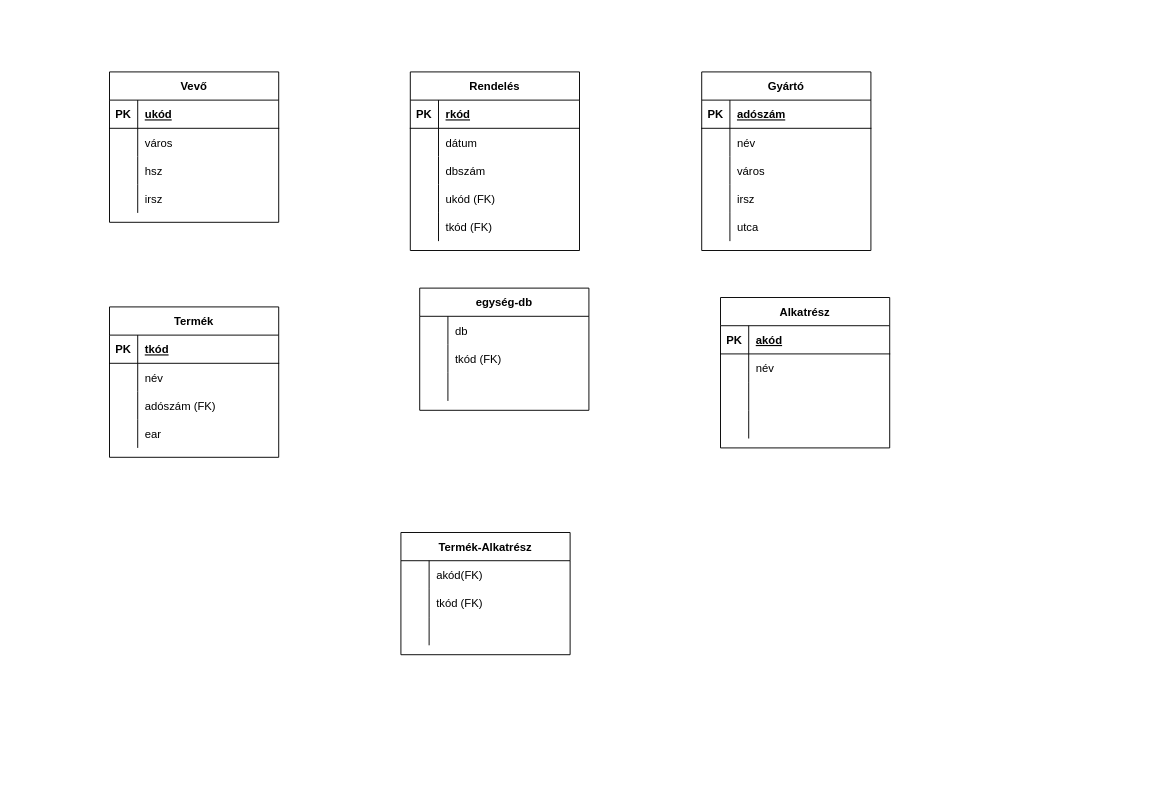
This is HEPMIU_1004/hepmiu_4.4.drawio from urbanoliver/HEPMIU_DB1Gyak, a draw.io file, before an edit. Source tidied: cells renumbered, new cells numbered last; positions are measured from the earlier drawing's top-left corner, leaving out a move shared by most shapes. Both pictures are drawn from the tidied source at 94%, with x=0, y=0 at pixel (109, 71).
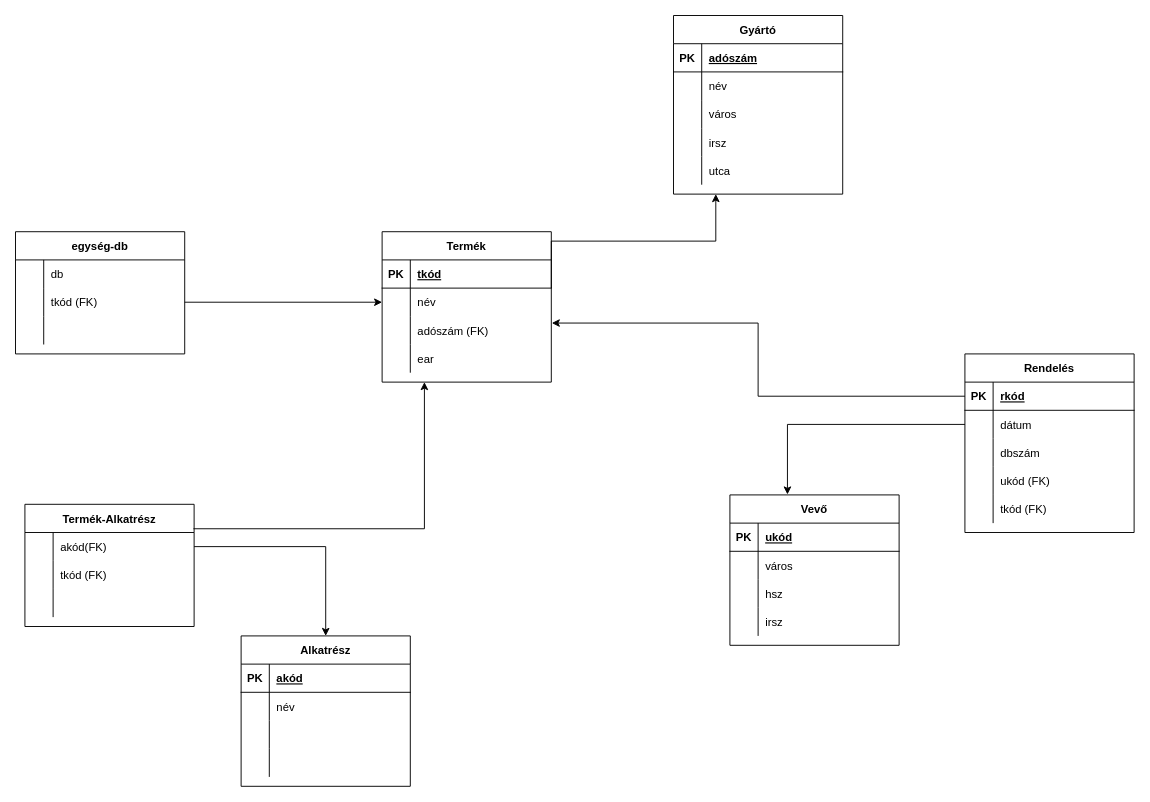
After the change.

Unchanged cells that the change refers to:
```xml
<mxCell id="6" style="shape=tableRow;horizontal=0;startSize=0;swimlaneHead=0;swimlaneBody=0;fillColor=none;points=[[0,0.5],[1,0.5]];portConstraint=eastwest;top=0;left=0;right=0;bottom=0;" parent="2" vertex="1">
  <mxGeometry y="60" width="180" height="30" as="geometry" />
</mxCell>
<mxCell id="13" style="shape=tableRow;horizontal=0;startSize=0;swimlaneHead=0;swimlaneBody=0;fillColor=none;points=[[0,0.5],[1,0.5]];portConstraint=eastwest;top=0;left=0;right=0;bottom=0;" parent="12" vertex="1">
  <mxGeometry y="30" width="180" height="30" as="geometry" />
</mxCell>
<mxCell id="39" style="shape=tableRow;horizontal=0;startSize=0;swimlaneHead=0;swimlaneBody=0;fillColor=none;points=[[0,0.5],[1,0.5]];portConstraint=eastwest;top=0;left=0;right=0;bottom=0;" parent="35" vertex="1">
  <mxGeometry y="60" width="180" height="30" as="geometry" />
</mxCell>
<mxCell id="42" style="shape=tableRow;horizontal=0;startSize=0;swimlaneHead=0;swimlaneBody=0;fillColor=none;points=[[0,0.5],[1,0.5]];portConstraint=eastwest;top=0;left=0;right=0;bottom=0;" parent="35" vertex="1">
  <mxGeometry y="90" width="180" height="30" as="geometry" />
</mxCell>
<mxCell id="65" style="shape=tableRow;horizontal=0;startSize=0;swimlaneHead=0;swimlaneBody=0;fillColor=none;points=[[0,0.5],[1,0.5]];portConstraint=eastwest;top=0;left=0;right=0;bottom=1;" parent="64" vertex="1">
  <mxGeometry y="30" width="180" height="30" as="geometry" />
</mxCell>
<mxCell id="68" style="shape=tableRow;horizontal=0;startSize=0;swimlaneHead=0;swimlaneBody=0;fillColor=none;points=[[0,0.5],[1,0.5]];portConstraint=eastwest;top=0;left=0;right=0;bottom=0;" parent="64" vertex="1">
  <mxGeometry y="60" width="180" height="30" as="geometry" />
</mxCell>
```

The edit, as a diff of the source:
```diff
@@
     <mxCell id="2" value="egység-db" style="shape=table;startSize=30;childLayout=tableLayout;rowLines=0;fontStyle=1;align=center;" parent="1" vertex="1">
-      <mxGeometry x="330" y="230" width="180" height="130" as="geometry" />
+      <mxGeometry x="-100" y="170" width="180" height="130" as="geometry" />
     </mxCell>
@@
     <mxCell id="12" value="Termék-Alkatrész" style="shape=table;startSize=30;childLayout=tableLayout;rowLines=0;fontStyle=1;align=center;" parent="1" vertex="1">
-      <mxGeometry x="310" y="490" width="180" height="130" as="geometry" />
+      <mxGeometry x="-90" y="460" width="180" height="130" as="geometry" />
     </mxCell>
@@
     <mxCell id="22" value="Alkatrész" style="shape=table;startSize=30;childLayout=tableLayout;rowLines=0;fontStyle=1;align=center;" parent="1" vertex="1">
-      <mxGeometry x="650" y="240" width="180" height="160" as="geometry" />
+      <mxGeometry x="140" y="600" width="180" height="160" as="geometry" />
     </mxCell>
@@
     <mxCell id="35" value="Termék" style="shape=table;startSize=30;childLayout=tableLayout;rowLines=0;fontStyle=1;align=center;" parent="1" vertex="1">
-      <mxGeometry y="250" width="180" height="160" as="geometry" />
+      <mxGeometry x="290" y="170" width="180" height="160" as="geometry" />
     </mxCell>
@@
     <mxCell id="48" value="Gyártó" style="shape=table;startSize=30;childLayout=tableLayout;rowLines=0;fontStyle=1;align=center;" parent="1" vertex="1">
-      <mxGeometry x="630" width="180" height="190" as="geometry" />
+      <mxGeometry x="600" y="-60" width="180" height="190" as="geometry" />
     </mxCell>
@@
     <mxCell id="64" value="Rendelés" style="shape=table;startSize=30;childLayout=tableLayout;rowLines=0;fontStyle=1;align=center;" parent="1" vertex="1">
-      <mxGeometry x="320" width="180" height="190" as="geometry" />
+      <mxGeometry x="910" y="300" width="180" height="190" as="geometry" />
     </mxCell>
@@
     <mxCell id="80" value="Vevő" style="shape=table;startSize=30;childLayout=tableLayout;rowLines=0;fontStyle=1;align=center;" parent="1" vertex="1">
-      <mxGeometry width="180" height="160" as="geometry" />
+      <mxGeometry x="660" y="450" width="180" height="160" as="geometry" />
     </mxCell>
@@
+    <mxCell id="93" style="endArrow=classic;html=1;rounded=0;exitX=1;exitY=0;exitDx=0;exitDy=0;exitPerimeter=0;entryX=0.25;entryY=1;entryDx=0;entryDy=0;edgeStyle=orthogonalEdgeStyle;" parent="1" edge="1" source="39" target="48">
+      <mxGeometry relative="1" as="geometry" />
+    </mxCell>
+    <mxCell id="94" style="endArrow=classic;html=1;rounded=0;exitX=0.996;exitY=0.2;exitDx=0;exitDy=0;exitPerimeter=0;entryX=0.25;entryY=1;entryDx=0;entryDy=0;edgeStyle=orthogonalEdgeStyle;" parent="1" edge="1" source="12" target="35">
+      <mxGeometry relative="1" as="geometry" />
+    </mxCell>
+    <mxCell id="95" style="endArrow=classic;html=1;rounded=0;exitX=1;exitY=0.5;exitDx=0;exitDy=0;entryX=0.5;entryY=0;entryDx=0;entryDy=0;edgeStyle=orthogonalEdgeStyle;" parent="1" edge="1" source="13" target="22">
+      <mxGeometry relative="1" as="geometry" />
+    </mxCell>
+    <mxCell id="96" style="endArrow=classic;html=1;rounded=0;exitX=1;exitY=0.5;exitDx=0;exitDy=0;entryX=0;entryY=0.5;entryDx=0;entryDy=0;" parent="1" edge="1" source="6" target="39">
+      <mxGeometry relative="1" as="geometry" />
+    </mxCell>
+    <mxCell id="97" style="endArrow=classic;html=1;rounded=0;exitX=0;exitY=0.5;exitDx=0;exitDy=0;entryX=0.34;entryY=-0.003;entryDx=0;entryDy=0;entryPerimeter=0;edgeStyle=orthogonalEdgeStyle;" parent="1" edge="1" source="68" target="80">
+      <mxGeometry relative="1" as="geometry" />
+    </mxCell>
+    <mxCell id="98" style="endArrow=classic;html=1;rounded=0;exitX=0;exitY=0.5;exitDx=0;exitDy=0;entryX=1.003;entryY=0.239;entryDx=0;entryDy=0;entryPerimeter=0;edgeStyle=orthogonalEdgeStyle;" parent="1" edge="1" source="65" target="42">
+      <mxGeometry relative="1" as="geometry" />
+    </mxCell>
```
